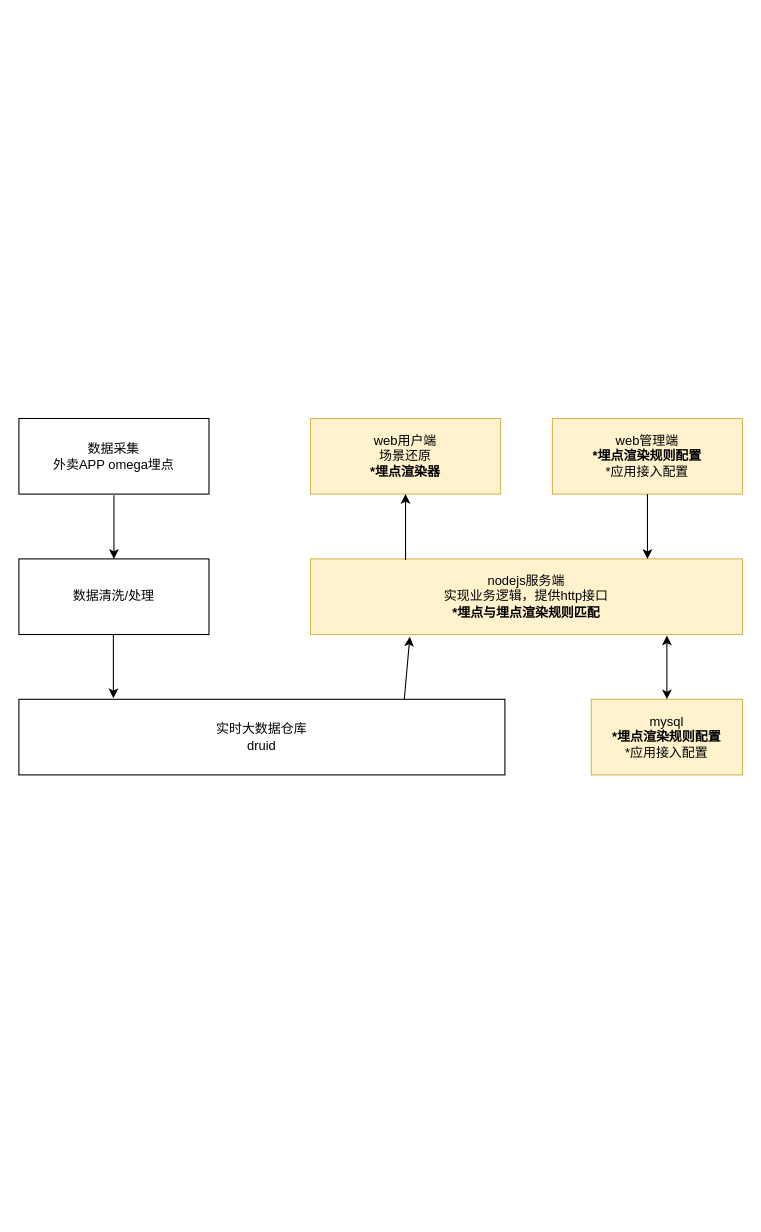
This is Untitled Diagram.drawio from zzz945/drawing, a draw.io file, before an edit. Source tidied: cells renumbered, new cells numbered last; positions are measured from the earlier drawing's top-left corner, leaving out a move shared by most shapes. Both pictures are drawn from the tidied source at 108%, with x=0, y=0 at pixel (18, 418).
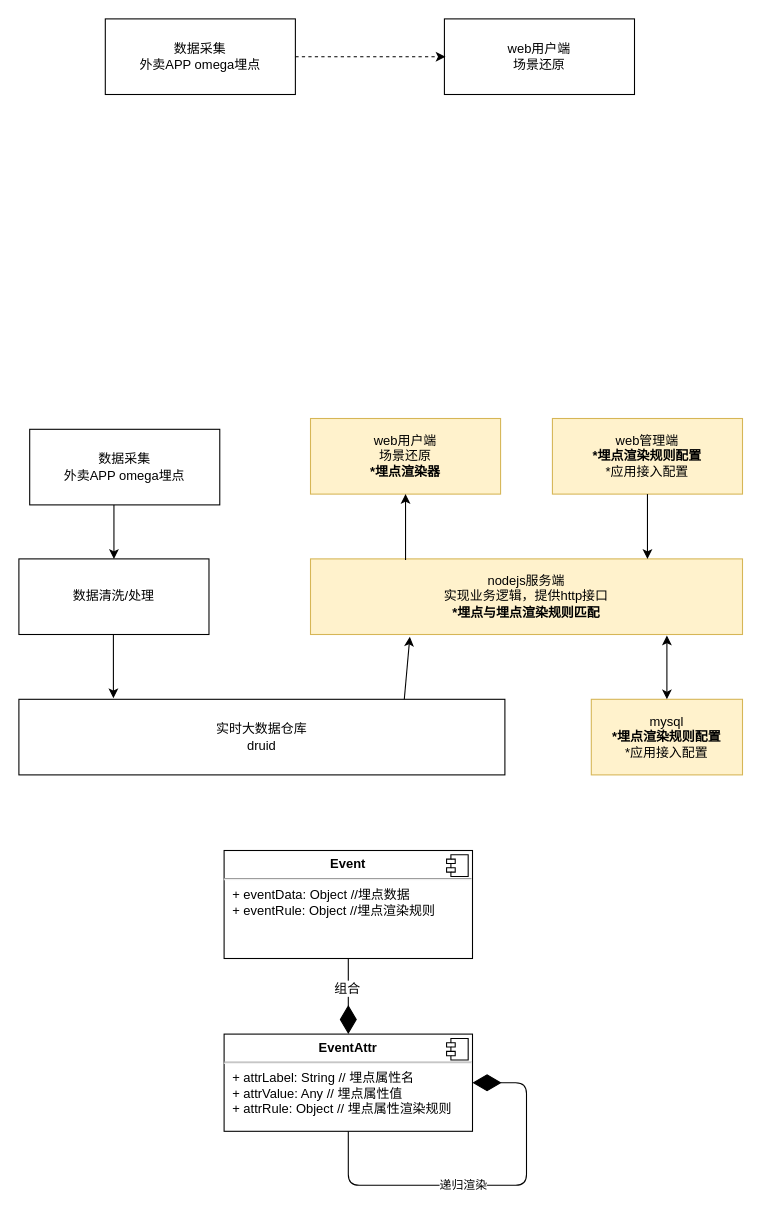
The same page after the edit.

What changed in the source:
```diff
@@
     <mxCell id="6" value="数据采集&lt;br&gt;外卖APP omega埋点" style="rounded=0;whiteSpace=wrap;html=1;" parent="1" vertex="1">
-      <mxGeometry width="176" height="70" as="geometry" />
+      <mxGeometry x="80" y="-370" width="176" height="70" as="geometry" />
     </mxCell>
@@
+    <mxCell id="15" value="数据采集&lt;br&gt;外卖APP omega埋点" style="rounded=0;whiteSpace=wrap;html=1;" parent="1" vertex="1">
+      <mxGeometry x="10" y="10" width="176" height="70" as="geometry" />
+    </mxCell>
+    <mxCell id="16" value="web用户端&lt;br&gt;场景还原" style="rounded=0;whiteSpace=wrap;html=1;" parent="1" vertex="1">
+      <mxGeometry x="394" y="-370" width="176" height="70" as="geometry" />
+    </mxCell>
+    <mxCell id="17" style="endArrow=classic;html=1;exitX=1;exitY=0.5;exitDx=0;exitDy=0;dashed=1;" parent="1" edge="1" source="6">
+      <mxGeometry relative="1" as="geometry">
+        <mxPoint x="395" y="-335" as="targetPoint" />
+      </mxGeometry>
+    </mxCell>
+    <mxCell id="18" value="&lt;p style=&quot;margin: 0px ; margin-top: 6px ; text-align: center&quot;&gt;&lt;b&gt;Event&lt;/b&gt;&lt;/p&gt;&lt;hr&gt;&lt;p style=&quot;margin: 0px ; margin-left: 8px&quot;&gt;+ eventData: Object //埋点数据&amp;nbsp;&lt;br&gt;+ eventRule: Object //埋点渲染规则&lt;/p&gt;" style="align=left;overflow=fill;html=1;" parent="1" vertex="1">
+      <mxGeometry x="190" y="400" width="230" height="100" as="geometry" />
+    </mxCell>
+    <mxCell id="19" style="shape=component;jettyWidth=8;jettyHeight=4;" parent="18" vertex="1">
+      <mxGeometry x="1" width="20" height="20" relative="1" as="geometry">
+        <mxPoint x="-24" y="4" as="offset" />
+      </mxGeometry>
+    </mxCell>
+    <mxCell id="20" value="&lt;p style=&quot;margin: 0px ; margin-top: 6px ; text-align: center&quot;&gt;&lt;b&gt;EventAttr&lt;/b&gt;&lt;/p&gt;&lt;hr&gt;&lt;p style=&quot;margin: 0px ; margin-left: 8px&quot;&gt;+ attrLabel: String // 埋点属性名&lt;/p&gt;&lt;p style=&quot;margin: 0px ; margin-left: 8px&quot;&gt;+ attrValue: Any // 埋点属性值&lt;br&gt;+ attrRule: Object // 埋点属性渲染规则&lt;/p&gt;" style="align=left;overflow=fill;html=1;" parent="1" vertex="1">
+      <mxGeometry x="190" y="570" width="230" height="90" as="geometry" />
+    </mxCell>
+    <mxCell id="21" style="shape=component;jettyWidth=8;jettyHeight=4;" parent="20" vertex="1">
+      <mxGeometry x="1" width="20" height="20" relative="1" as="geometry">
+        <mxPoint x="-24" y="4" as="offset" />
+      </mxGeometry>
+    </mxCell>
+    <mxCell id="22" style="endArrow=diamondThin;endFill=1;endSize=24;html=1;exitX=0.5;exitY=1;exitDx=0;exitDy=0;entryX=0.5;entryY=0;entryDx=0;entryDy=0;" parent="1" edge="1" source="18" target="20">
+      <mxGeometry relative="1" as="geometry" />
+    </mxCell>
+    <mxCell id="23" value="组合" style="text;html=1;align=center;verticalAlign=middle;labelBackgroundColor=#ffffff;" parent="22" vertex="1">
+      <mxGeometry x="-0.23" y="-2" relative="1" as="geometry" />
+    </mxCell>
+    <mxCell id="24" value="&lt;div&gt;递归渲染&lt;/div&gt;" style="endArrow=diamondThin;endFill=1;endSize=24;html=1;exitX=0.5;exitY=1;exitDx=0;exitDy=0;entryX=1;entryY=0.5;entryDx=0;entryDy=0;align=right;" parent="1" edge="1" source="20" target="20">
+      <mxGeometry relative="1" as="geometry">
+        <Array as="points">
+          <mxPoint x="305" y="710" />
+          <mxPoint x="470" y="710" />
+          <mxPoint x="470" y="615" />
+        </Array>
+      </mxGeometry>
+    </mxCell>
```
